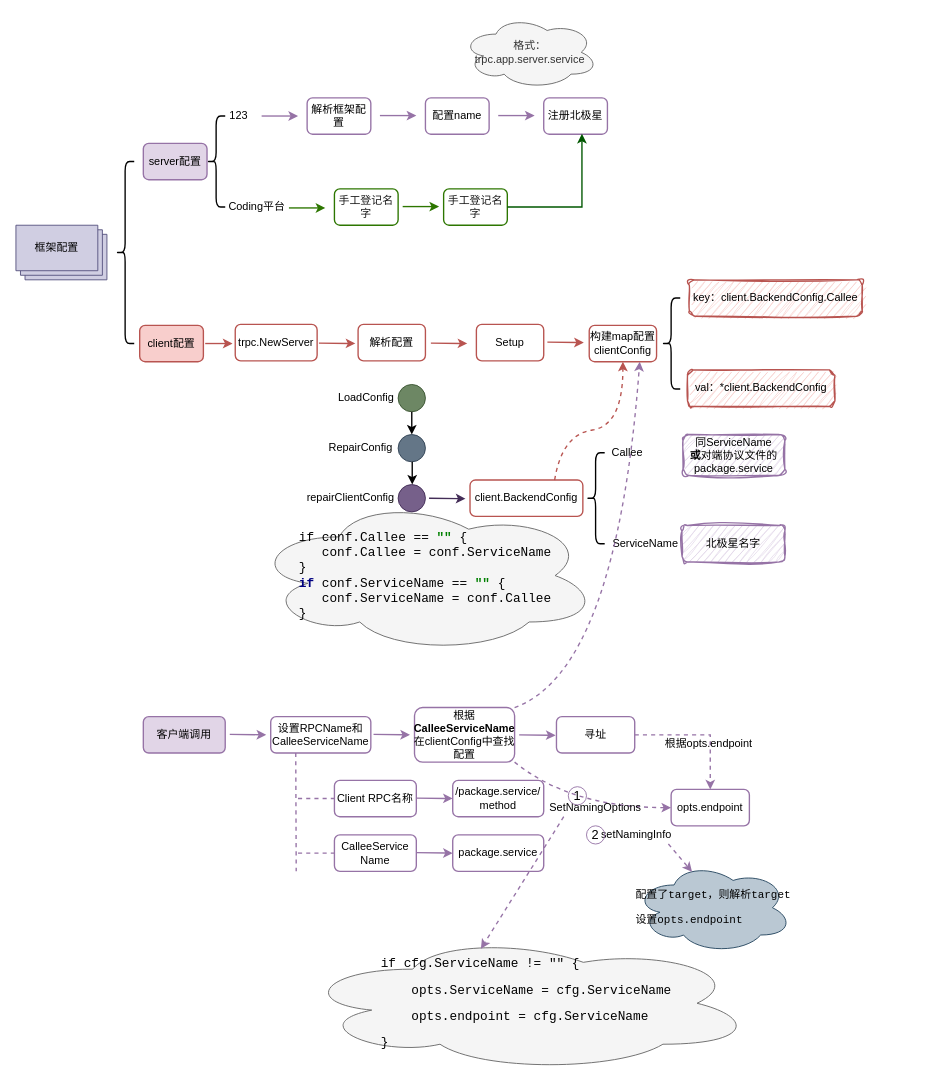
Above: base/trpc-go配置.drawio in melonshell/draw.io (draw.io), before the change. Source tidied: cells renumbered, new cells numbered last; positions are measured from the earlier drawing's top-left corner, leaving out a move shared by most shapes. Both pictures are drawn from the tidied source at 91%, with x=0, y=0 at pixel (15, 15).
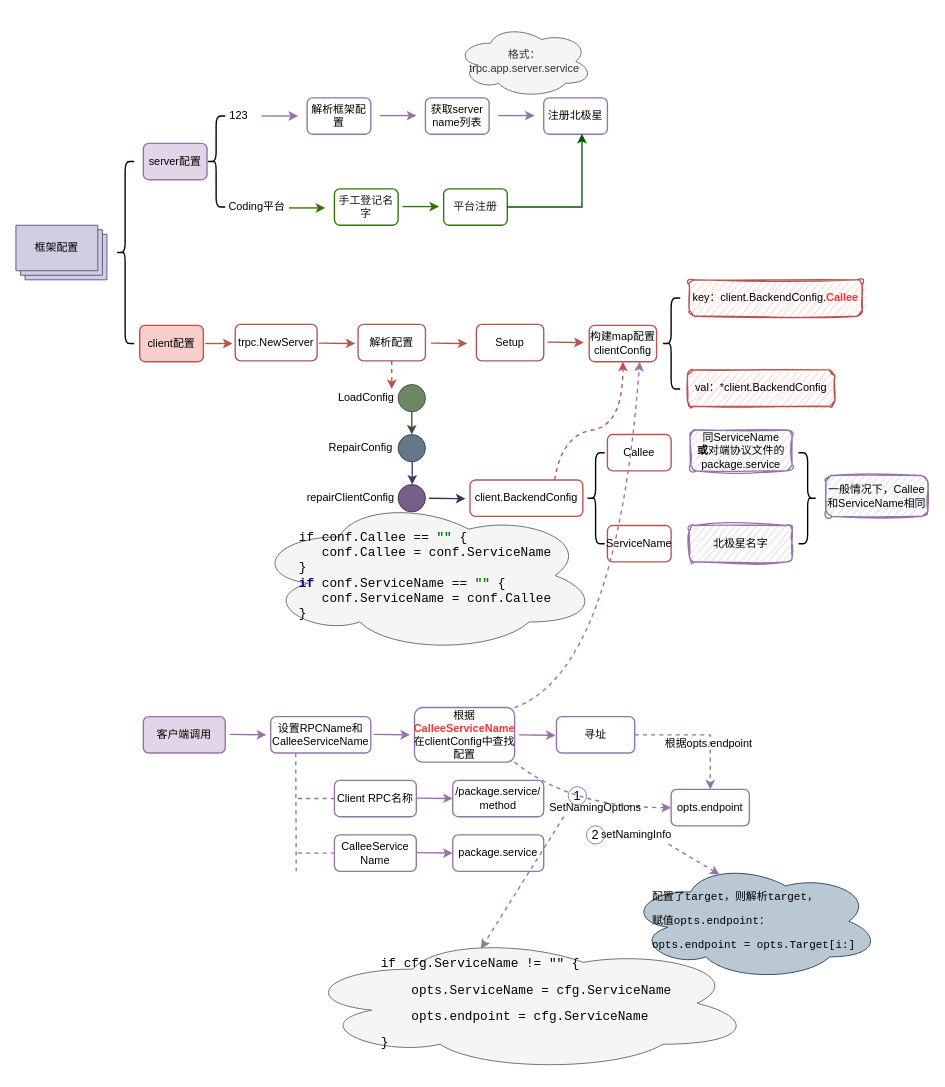
The same diagram, later.

Unchanged cells that the change refers to:
```xml
<mxCell id="25" value="解析配置" style="rounded=1;whiteSpace=wrap;html=1;strokeWidth=1.5;fillColor=none;strokeColor=#b85450;" parent="1" vertex="1">
  <mxGeometry x="376" y="339" width="74" height="40" as="geometry" />
</mxCell>
<mxCell id="27" style="ellipse;whiteSpace=wrap;html=1;rounded=1;strokeColor=#3A5431;strokeWidth=1;fontSize=12;fillColor=#6d8764;fontColor=#ffffff;" parent="1" vertex="1">
  <mxGeometry x="420" y="405" width="30" height="30" as="geometry" />
</mxCell>
<mxCell id="29" style="ellipse;whiteSpace=wrap;html=1;rounded=1;strokeColor=#314354;strokeWidth=1;fontSize=12;fillColor=#647687;fontColor=#ffffff;" parent="1" vertex="1">
  <mxGeometry x="420" y="460" width="30" height="30" as="geometry" />
</mxCell>
```

What changed in the source:
```diff
@@
-    <mxCell id="13" value="配置name" style="rounded=1;whiteSpace=wrap;html=1;strokeWidth=1.5;fillColor=none;strokeColor=#9673a6;" parent="1" vertex="1">
+    <mxCell id="13" value="获取server name列表" style="rounded=1;whiteSpace=wrap;html=1;strokeWidth=1.5;fillColor=none;strokeColor=#9673a6;" parent="1" vertex="1">
       <mxGeometry x="450" y="90" width="70" height="40" as="geometry" />
     </mxCell>
@@
     <mxCell id="16" value="格式：trpc.app.server.service" style="ellipse;shape=cloud;whiteSpace=wrap;html=1;strokeWidth=1;fillColor=#f5f5f5;fontColor=#333333;strokeColor=#666666;" parent="1" vertex="1">
-      <mxGeometry x="490" width="150" height="80" as="geometry" />
+      <mxGeometry x="484" y="10" width="150" height="80" as="geometry" />
     </mxCell>
@@
-    <mxCell id="19" value="&lt;font color=&quot;#1a1a1a&quot;&gt;手工登记名字&lt;/font&gt;" style="rounded=1;whiteSpace=wrap;html=1;strokeWidth=1.5;fillColor=none;fontColor=#ffffff;strokeColor=#2D7600;" parent="1" vertex="1">
+    <mxCell id="19" value="&lt;font color=&quot;#1a1a1a&quot;&gt;平台注册&lt;/font&gt;" style="rounded=1;whiteSpace=wrap;html=1;strokeWidth=1.5;fillColor=none;fontColor=#ffffff;strokeColor=#2D7600;" parent="1" vertex="1">
       <mxGeometry x="470" y="190" width="70" height="40" as="geometry" />
     </mxCell>
@@
-    <mxCell id="31" style="endArrow=classic;html=1;rounded=0;strokeWidth=1.5;fontSize=12;fontColor=#1A1A1A;exitX=0.5;exitY=1;exitDx=0;exitDy=0;" parent="1" edge="1" source="27" target="29">
+    <mxCell id="31" style="endArrow=classic;html=1;rounded=0;strokeWidth=1.5;fontSize=12;fontColor=#1A1A1A;exitX=0.5;exitY=1;exitDx=0;exitDy=0;fillColor=#6d8764;strokeColor=#3A5431;" parent="1" edge="1" source="27" target="29">
       <mxGeometry relative="1" as="geometry" />
     </mxCell>
@@
-    <mxCell id="34" style="endArrow=classic;html=1;rounded=0;strokeWidth=1.5;fontSize=12;fontColor=#1A1A1A;exitX=0.5;exitY=1;exitDx=0;exitDy=0;" parent="1" edge="1">
+    <mxCell id="34" style="endArrow=classic;html=1;rounded=0;strokeWidth=1.5;fontSize=12;fontColor=#1A1A1A;exitX=0.5;exitY=1;exitDx=0;exitDy=0;fillColor=#647687;strokeColor=#314354;" parent="1" edge="1">
       <mxGeometry relative="1" as="geometry">
         <mxPoint x="435.5" y="490" as="sourcePoint" />
         <mxPoint x="435.5" y="515" as="targetPoint" />
       </mxGeometry>
     </mxCell>
@@
-    <mxCell id="40" value="key：client.BackendConfig.Callee" style="rounded=1;whiteSpace=wrap;html=1;strokeWidth=1.5;fillColor=#f8cecc;strokeColor=#b85450;sketch=1;curveFitting=1;jiggle=2;" parent="1" vertex="1">
+    <mxCell id="40" value="key：client.BackendConfig.&lt;b&gt;&lt;font color=&quot;#ff3333&quot;&gt;Callee&lt;/font&gt;&lt;/b&gt;" style="rounded=1;whiteSpace=wrap;html=1;strokeWidth=1.5;fillColor=#f8cecc;strokeColor=#b85450;sketch=1;curveFitting=1;jiggle=2;" parent="1" vertex="1">
       <mxGeometry x="740" y="290" width="190" height="40" as="geometry" />
     </mxCell>
@@
     <mxCell id="42" value="同ServiceName&lt;br&gt;&lt;b&gt;或&lt;/b&gt;对端协议文件的package.service" style="rounded=1;whiteSpace=wrap;html=1;strokeWidth=1.5;fillColor=#e1d5e7;strokeColor=#9673a6;sketch=1;curveFitting=1;jiggle=2;shadow=0;glass=0;" parent="1" vertex="1">
-      <mxGeometry x="733" y="460" width="112" height="45" as="geometry" />
+      <mxGeometry x="741" y="455" width="112" height="45" as="geometry" />
     </mxCell>
     <mxCell id="43" value="北极星名字" style="rounded=1;whiteSpace=wrap;html=1;strokeWidth=1.5;fillColor=#e1d5e7;strokeColor=#9673a6;sketch=1;curveFitting=1;jiggle=2;shadow=0;glass=0;" parent="1" vertex="1">
-      <mxGeometry x="732" y="560" width="113" height="40" as="geometry" />
+      <mxGeometry x="740" y="560" width="113" height="40" as="geometry" />
     </mxCell>
@@
-    <mxCell id="45" value="Callee" style="rounded=0;whiteSpace=wrap;html=1;strokeWidth=1.5;fillColor=none;strokeColor=none;" parent="1" vertex="1">
-      <mxGeometry x="637" y="460" width="70" height="40" as="geometry" />
+    <mxCell id="45" value="Callee" style="rounded=1;whiteSpace=wrap;html=1;strokeWidth=1.5;fillColor=none;strokeColor=#b85450;" parent="1" vertex="1">
+      <mxGeometry x="650" y="460" width="70" height="40" as="geometry" />
     </mxCell>
-    <mxCell id="46" value="ServiceName" style="rounded=0;whiteSpace=wrap;html=1;strokeWidth=1.5;fillColor=none;strokeColor=none;" parent="1" vertex="1">
-      <mxGeometry x="657" y="560" width="70" height="40" as="geometry" />
+    <mxCell id="46" value="ServiceName" style="rounded=1;whiteSpace=wrap;html=1;strokeWidth=1.5;fillColor=none;strokeColor=#b85450;" parent="1" vertex="1">
+      <mxGeometry x="650" y="560" width="70" height="40" as="geometry" />
     </mxCell>
@@
-    <mxCell id="63" value="根据&lt;b&gt;CalleeServiceName&lt;/b&gt; 在clientConfig中查找配置" style="rounded=1;whiteSpace=wrap;html=1;strokeWidth=1.5;fillColor=none;strokeColor=#9673a6;" parent="1" vertex="1">
+    <mxCell id="63" value="根据&lt;b&gt;&lt;font color=&quot;#ff3333&quot;&gt;CalleeServiceName&lt;/font&gt;&lt;/b&gt; 在clientConfig中查找配置" style="rounded=1;whiteSpace=wrap;html=1;strokeWidth=1.5;fillColor=none;strokeColor=#9673a6;" parent="1" vertex="1">
       <mxGeometry x="438" y="760" width="110" height="60" as="geometry" />
     </mxCell>
@@
-    <mxCell id="74" value="&lt;pre style=&quot;border-color: var(--border-color); color: rgb(0, 0, 0); text-align: left;&quot;&gt;配置了target，则解析target&lt;/pre&gt;&lt;pre style=&quot;border-color: var(--border-color); color: rgb(0, 0, 0); text-align: left;&quot;&gt;设置opts.endpoint&lt;/pre&gt;" style="ellipse;shape=cloud;whiteSpace=wrap;html=1;strokeWidth=1;fillColor=#bac8d3;strokeColor=#23445d;" parent="1" vertex="1">
-      <mxGeometry x="680" y="930" width="173" height="100" as="geometry" />
+    <mxCell id="74" value="&lt;pre style=&quot;border-color: var(--border-color); color: rgb(0, 0, 0); text-align: left;&quot;&gt;配置了target，则解析target，&lt;/pre&gt;&lt;pre style=&quot;border-color: var(--border-color); color: rgb(0, 0, 0); text-align: left;&quot;&gt;赋值opts.endpoint：&lt;/pre&gt;&lt;pre style=&quot;border-color: var(--border-color); color: rgb(0, 0, 0); text-align: left;&quot;&gt;opts.endpoint = opts.Target[i:]&lt;/pre&gt;" style="ellipse;shape=cloud;whiteSpace=wrap;html=1;strokeWidth=1;fillColor=#bac8d3;strokeColor=#23445d;" parent="1" vertex="1">
+      <mxGeometry x="672" y="930" width="278" height="130" as="geometry" />
     </mxCell>
@@
+    <mxCell id="80" style="endArrow=classic;html=1;rounded=0;dashed=1;strokeWidth=1.5;fontSize=14;fontColor=#1A1A1A;exitX=0.5;exitY=1;exitDx=0;exitDy=0;fillColor=#f8cecc;strokeColor=#b85450;" parent="1" edge="1" source="25">
+      <mxGeometry relative="1" as="geometry">
+        <mxPoint x="413" y="410" as="targetPoint" />
+      </mxGeometry>
+    </mxCell>
+    <mxCell id="81" style="shape=curlyBracket;whiteSpace=wrap;html=1;rounded=1;flipH=1;labelPosition=right;verticalLabelPosition=middle;align=left;verticalAlign=middle;shadow=0;glass=0;sketch=0;fillStyle=auto;strokeColor=default;strokeWidth=1.5;fontSize=14;fontColor=#FF3333;fillColor=none;" parent="1" vertex="1">
+      <mxGeometry x="860" y="480" width="20" height="100" as="geometry" />
+    </mxCell>
+    <mxCell id="82" value="一般情况下，Callee和ServiceName相同" style="rounded=1;whiteSpace=wrap;html=1;strokeWidth=1.5;fillColor=#e1d5e7;strokeColor=#9673a6;sketch=1;curveFitting=1;jiggle=2;shadow=0;glass=0;" parent="1" vertex="1">
+      <mxGeometry x="890" y="505" width="112" height="45" as="geometry" />
+    </mxCell>
```
